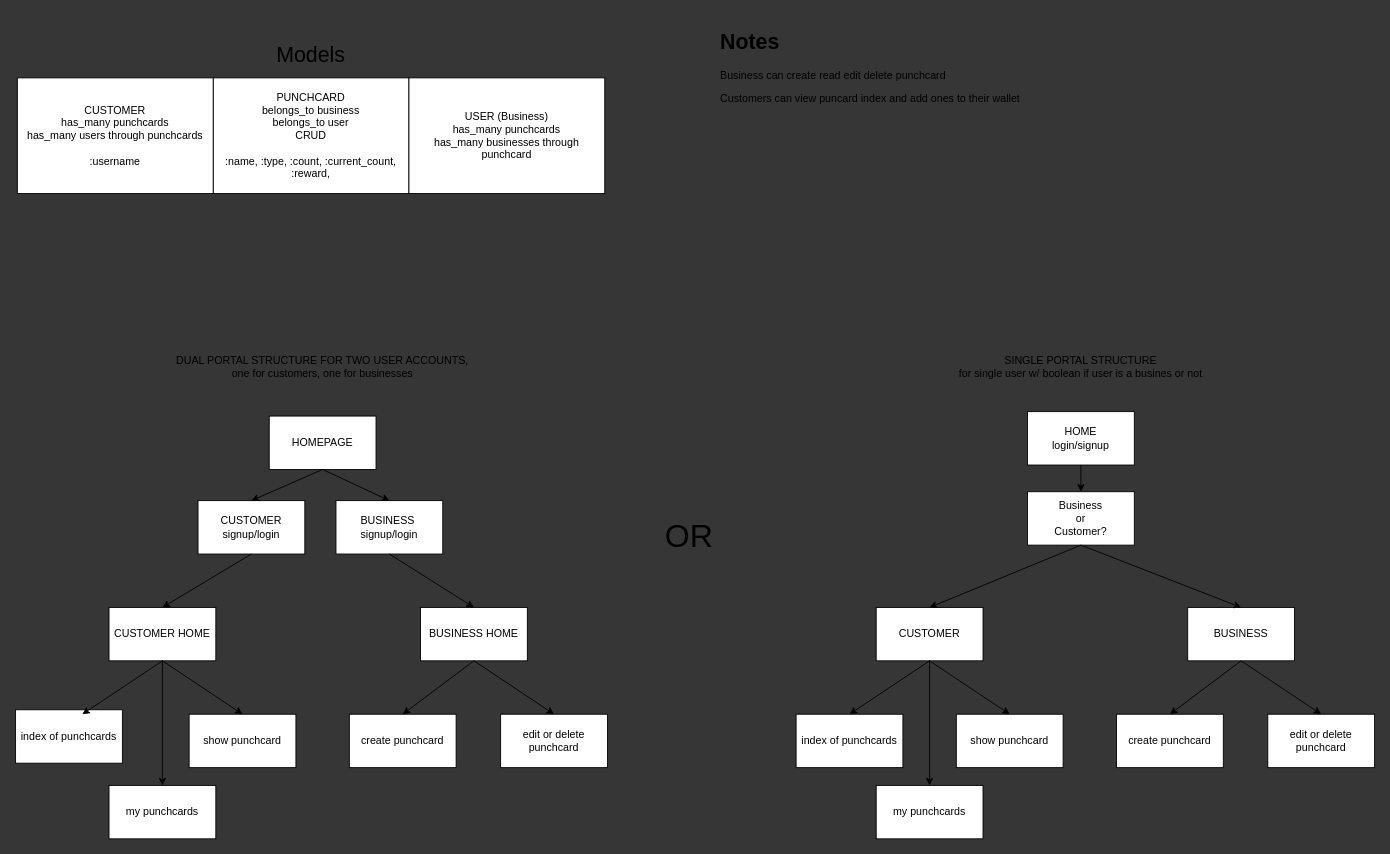
Before: structure.drawio in mrsampool/phase-4-proj, a draw.io diagram. Source tidied: cells renumbered, new cells numbered last; positions are measured from the earlier drawing's top-left corner, leaving out a move shared by most shapes. Both pictures are drawn from the tidied source at 89%, with x=0, y=0 at pixel (15, 24).
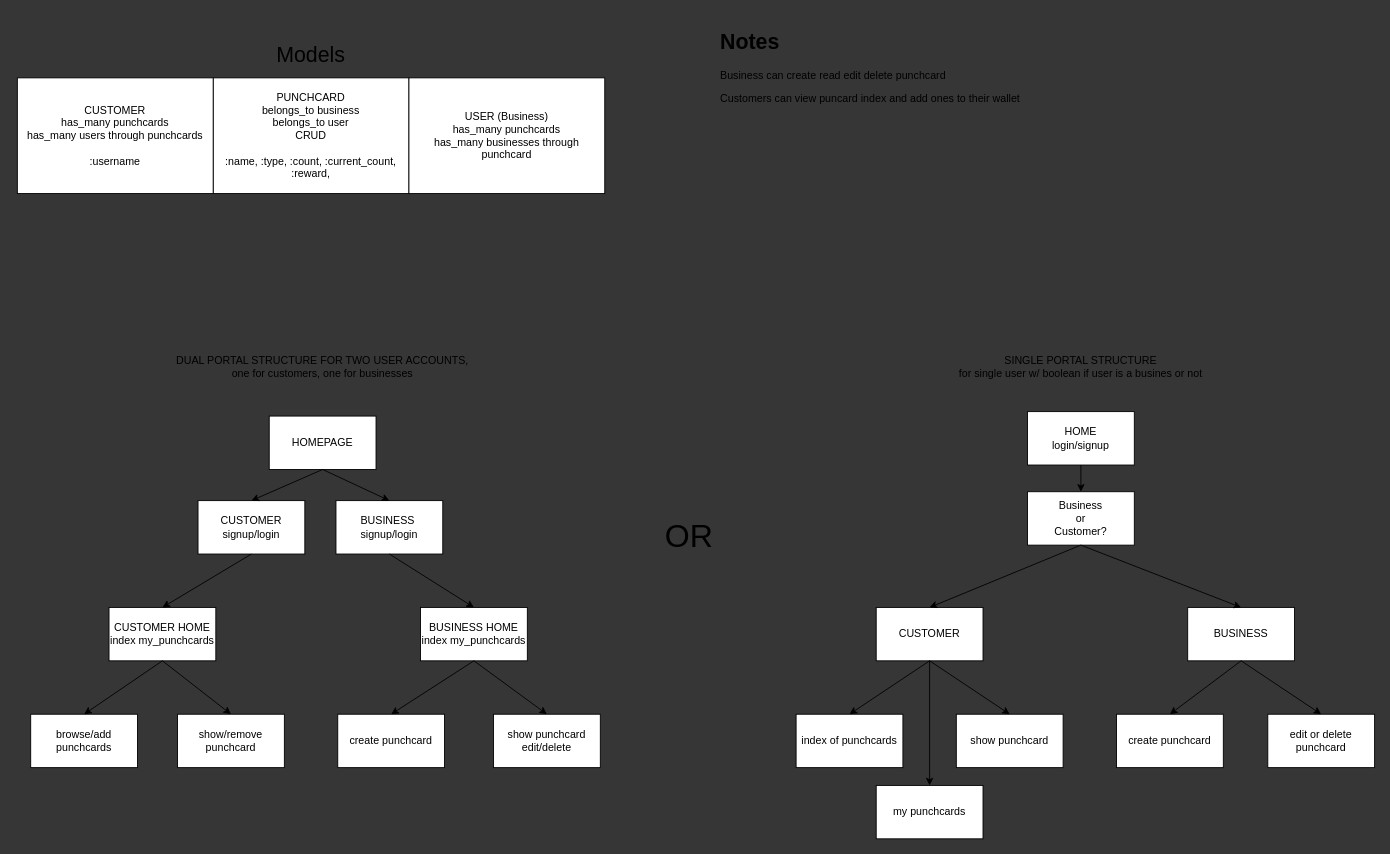
After the change.

Diff of the diagram source:
```diff
@@
-    <mxCell id="7" value="CUSTOMER HOME" style="rounded=0;whiteSpace=wrap;html=1;" parent="1" vertex="1">
+    <mxCell id="7" value="CUSTOMER HOME&lt;br&gt;index my_punchcards" style="rounded=0;whiteSpace=wrap;html=1;" parent="1" vertex="1">
       <mxGeometry x="105" y="655" width="120" height="60" as="geometry" />
     </mxCell>
-    <mxCell id="8" value="BUSINESS HOME" style="rounded=0;whiteSpace=wrap;html=1;" parent="1" vertex="1">
+    <mxCell id="8" value="BUSINESS HOME&lt;br&gt;index my_punchcards" style="rounded=0;whiteSpace=wrap;html=1;" parent="1" vertex="1">
       <mxGeometry x="455" y="655" width="120" height="60" as="geometry" />
     </mxCell>
-    <mxCell id="9" value="index of punchcards" style="rounded=0;whiteSpace=wrap;html=1;" parent="1" vertex="1">
-      <mxGeometry y="770" width="120" height="60" as="geometry" />
+    <mxCell id="9" value="browse/add punchcards" style="rounded=0;whiteSpace=wrap;html=1;" parent="1" vertex="1">
+      <mxGeometry x="17" y="775" width="120" height="60" as="geometry" />
     </mxCell>
-    <mxCell id="10" style="endArrow=classic;html=1;entryX=0.5;entryY=0;entryDx=0;entryDy=0;exitX=0.5;exitY=1;exitDx=0;exitDy=0;" parent="1" edge="1" source="7">
-      <mxGeometry relative="1" as="geometry">
-        <mxPoint x="75" y="775" as="targetPoint" />
-      </mxGeometry>
+    <mxCell id="10" style="endArrow=classic;html=1;entryX=0.5;entryY=0;entryDx=0;entryDy=0;exitX=0.5;exitY=1;exitDx=0;exitDy=0;" parent="1" edge="1" source="7" target="9">
+      <mxGeometry relative="1" as="geometry" />
     </mxCell>
-    <mxCell id="11" value="show punchcard" style="rounded=0;whiteSpace=wrap;html=1;" parent="1" vertex="1">
-      <mxGeometry x="195" y="775" width="120" height="60" as="geometry" />
+    <mxCell id="11" value="show/remove punchcard" style="rounded=0;whiteSpace=wrap;html=1;" parent="1" vertex="1">
+      <mxGeometry x="182" y="775" width="120" height="60" as="geometry" />
     </mxCell>
-    <mxCell id="12" style="endArrow=classic;html=1;entryX=0.5;entryY=0;entryDx=0;entryDy=0;exitX=0.5;exitY=1;exitDx=0;exitDy=0;" parent="1" edge="1" source="7" target="11">
-      <mxGeometry relative="1" as="geometry" />
-    </mxCell>
-    <mxCell id="13" value="my punchcards" style="rounded=0;whiteSpace=wrap;html=1;" parent="1" vertex="1">
-      <mxGeometry x="105" y="855" width="120" height="60" as="geometry" />
-    </mxCell>
-    <mxCell id="14" style="endArrow=classic;html=1;entryX=0.5;entryY=0;entryDx=0;entryDy=0;" parent="1" edge="1" target="13">
+    <mxCell id="14" style="endArrow=classic;html=1;entryX=0.5;entryY=0;entryDx=0;entryDy=0;" parent="1" edge="1" target="11">
       <mxGeometry relative="1" as="geometry">
         <mxPoint x="165" y="715" as="sourcePoint" />
       </mxGeometry>
     </mxCell>
     <mxCell id="15" value="create punchcard" style="rounded=0;whiteSpace=wrap;html=1;" parent="1" vertex="1">
-      <mxGeometry x="375" y="775" width="120" height="60" as="geometry" />
+      <mxGeometry x="362" y="775" width="120" height="60" as="geometry" />
     </mxCell>
-    <mxCell id="16" style="endArrow=classic;html=1;entryX=0.5;entryY=0;entryDx=0;entryDy=0;exitX=0.5;exitY=1;exitDx=0;exitDy=0;" parent="1" edge="1" source="8" target="15">
-      <mxGeometry relative="1" as="geometry" />
-    </mxCell>
-    <mxCell id="17" value="edit or delete punchcard" style="rounded=0;whiteSpace=wrap;html=1;" parent="1" vertex="1">
-      <mxGeometry x="545" y="775" width="120" height="60" as="geometry" />
-    </mxCell>
-    <mxCell id="18" style="endArrow=classic;html=1;entryX=0.5;entryY=0;entryDx=0;entryDy=0;exitX=0.5;exitY=1;exitDx=0;exitDy=0;" parent="1" edge="1" source="8" target="17">
-      <mxGeometry relative="1" as="geometry" />
-    </mxCell>
@@
+    <mxCell id="46" value="show punchcard&lt;br&gt;edit/delete" style="rounded=0;whiteSpace=wrap;html=1;" parent="1" vertex="1">
+      <mxGeometry x="537" y="775" width="120" height="60" as="geometry" />
+    </mxCell>
+    <mxCell id="16" style="endArrow=classic;html=1;exitX=0.5;exitY=1;exitDx=0;exitDy=0;entryX=0.5;entryY=0;entryDx=0;entryDy=0;" parent="1" edge="1" source="8" target="15">
+      <mxGeometry relative="1" as="geometry" />
+    </mxCell>
+    <mxCell id="47" style="endArrow=classic;html=1;exitX=0.5;exitY=1;exitDx=0;exitDy=0;entryX=0.5;entryY=0;entryDx=0;entryDy=0;" parent="1" edge="1" source="8" target="46">
+      <mxGeometry relative="1" as="geometry" />
+    </mxCell>
```
